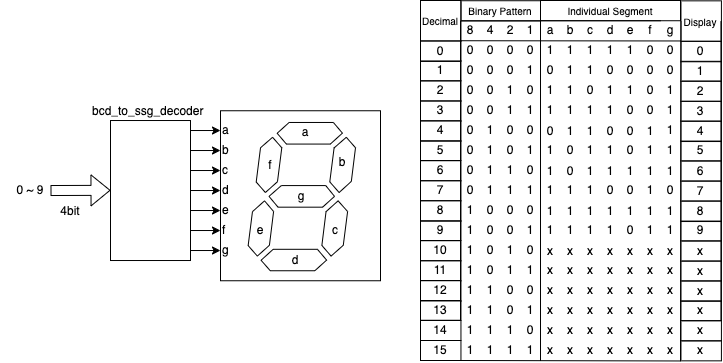
Above: assets/images/2021-12-21-verilogHDL_chapter3_combinational_logic/시스템_반도체_설계_3장-figure_14.drawio.png in ParkDongho/ParkDongho.github.io (draw.io), before the change. Source tidied: cells renumbered, new cells last; positions are measured from the earlier drawing's top-left corner, leaving out a move shared by most shapes.
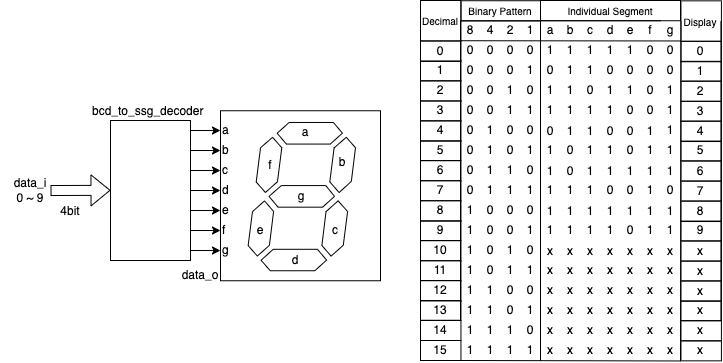
After the change.

The edit, as a diff of the source:
```diff
@@ -11,7 +11,7 @@
         <mxPoint x="110" y="189.8" as="targetPoint" />
       </mxGeometry>
     </mxCell>
-    <mxCell id="4" value="0 ~ 9" style="text;html=1;strokeColor=none;fillColor=none;align=center;verticalAlign=middle;whiteSpace=wrap;rounded=0;" parent="1" vertex="1">
+    <mxCell id="4" value="data_i&lt;br&gt;0 ~ 9" style="text;html=1;strokeColor=none;fillColor=none;align=center;verticalAlign=middle;whiteSpace=wrap;rounded=0;" parent="1" vertex="1">
       <mxGeometry y="175" width="60" height="30" as="geometry" />
     </mxCell>
     <mxCell id="5" style="endArrow=classic;html=1;rounded=0;" parent="1" edge="1">
@@ -826,5 +826,8 @@
     <mxCell id="261" value="x" style="rounded=0;whiteSpace=wrap;html=1;fontSize=12;fillColor=none;verticalAlign=middle;" parent="1" vertex="1">
       <mxGeometry x="680.5" y="340.3" width="40.5" height="20" as="geometry" />
     </mxCell>
+    <mxCell id="262" value="data_o" style="text;html=1;strokeColor=none;fillColor=none;align=center;verticalAlign=middle;whiteSpace=wrap;rounded=0;" parent="1" vertex="1">
+      <mxGeometry x="170" y="260" width="60" height="30" as="geometry" />
+    </mxCell>
   </root>
 </mxGraphModel>
```
